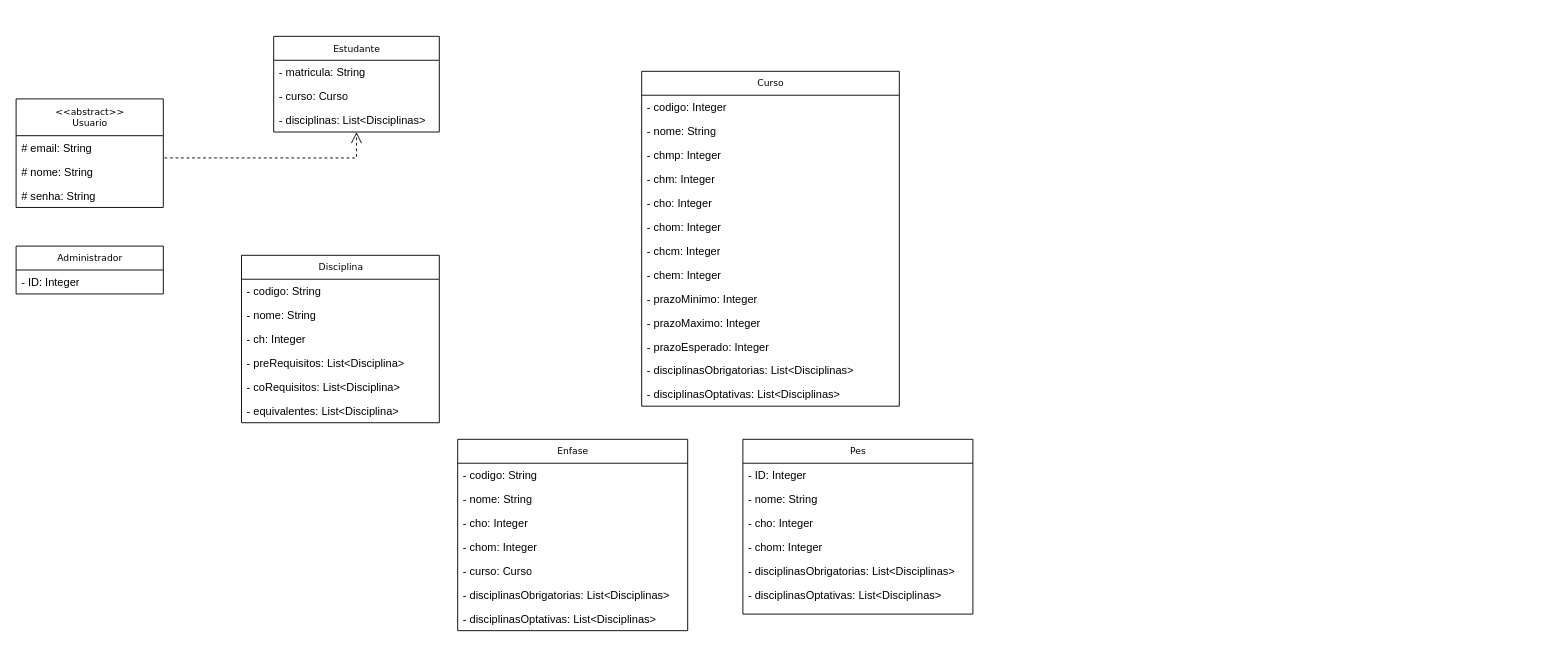
Above: planejamento/diagramaDeClasses.drawio in arturo32/PODE (draw.io), before the change. Source tidied: cells renumbered, new cells numbered last; positions are measured from the earlier drawing's top-left corner, leaving out a move shared by most shapes. Both pictures are drawn from the tidied source at 92%, with x=0, y=0 at pixel (16, 36).
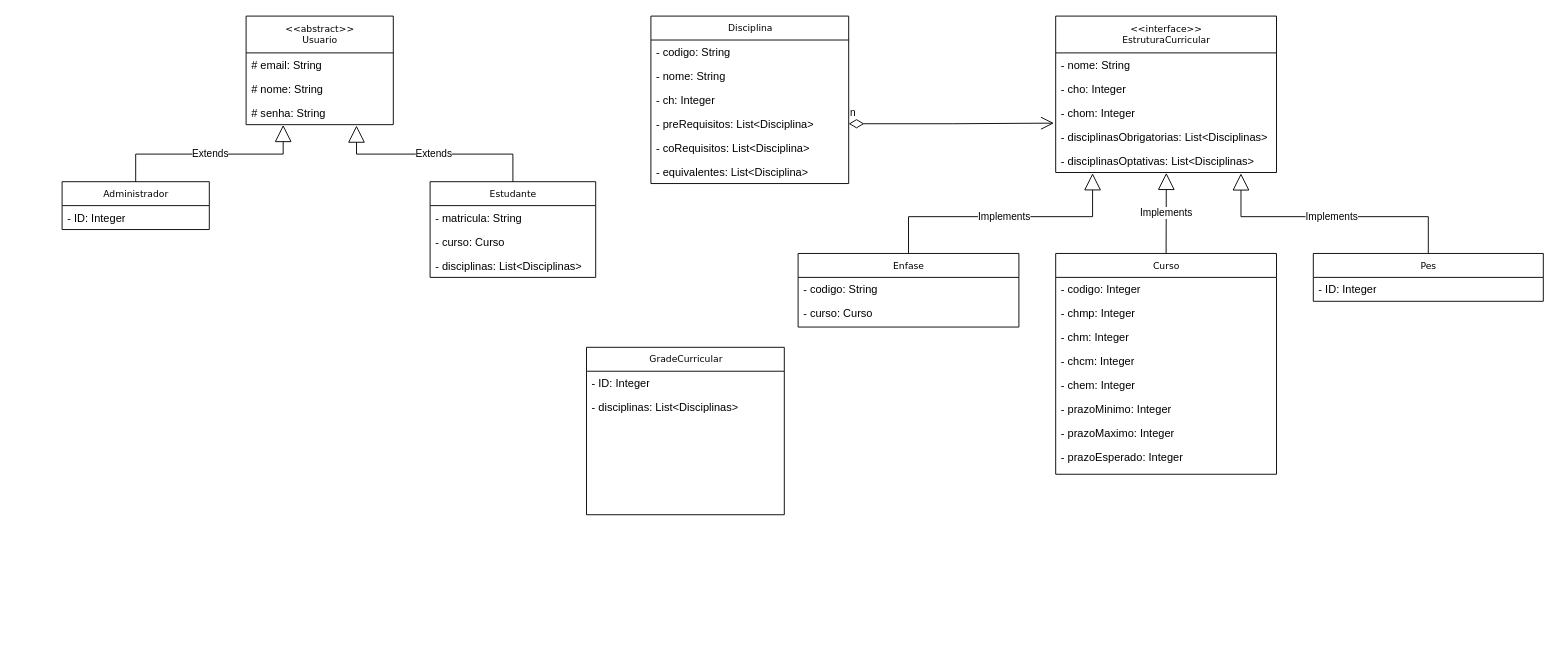
After the change.

Commit message:
Organiza diagrama de classes

Unchanged cells that the change refers to:
```xml
<mxCell id="25" value="# nome: String" style="text;html=1;strokeColor=none;fillColor=none;align=left;verticalAlign=top;spacingLeft=4;spacingRight=4;whiteSpace=wrap;overflow=hidden;points=[[0,0.5],[1,0.5]];portConstraint=eastwest;" parent="23" vertex="1">
  <mxGeometry y="66" width="160" height="26" as="geometry" />
</mxCell>
<mxCell id="26" value="# senha: String" style="text;html=1;strokeColor=none;fillColor=none;align=left;verticalAlign=top;spacingLeft=4;spacingRight=4;whiteSpace=wrap;overflow=hidden;points=[[0,0.5],[1,0.5]];portConstraint=eastwest;" parent="23" vertex="1">
  <mxGeometry y="92" width="160" height="26" as="geometry" />
</mxCell>
<mxCell id="31" value="- preRequisitos: List&amp;lt;Disciplina&amp;gt;" style="text;html=1;strokeColor=none;fillColor=none;align=left;verticalAlign=top;spacingLeft=4;spacingRight=4;whiteSpace=wrap;overflow=hidden;points=[[0,0.5],[1,0.5]];portConstraint=eastwest;" parent="27" vertex="1">
  <mxGeometry y="104" width="215" height="26" as="geometry" />
</mxCell>
```

Diff of the diagram source:
```diff
@@
     <mxCell id="2" value="Estudante" style="swimlane;html=1;fontStyle=0;horizontal=1;startSize=26;fillColor=none;swimlaneFillColor=#ffffff;rounded=0;shadow=0;comic=0;labelBackgroundColor=none;strokeWidth=1;fontFamily=Verdana;fontSize=10;align=center;" parent="1" vertex="1">
-      <mxGeometry x="280" width="180" height="104" as="geometry" />
+      <mxGeometry x="450" y="158" width="180" height="104" as="geometry" />
     </mxCell>
@@
     <mxCell id="6" value="Curso" style="swimlane;html=1;fontStyle=0;horizontal=1;startSize=26;fillColor=none;swimlaneFillColor=#ffffff;rounded=0;shadow=0;comic=0;labelBackgroundColor=none;strokeWidth=1;fontFamily=Verdana;fontSize=10;align=center;" parent="1" vertex="1">
-      <mxGeometry x="680" y="38" width="280" height="364" as="geometry" />
+      <mxGeometry x="1130" y="236" width="240" height="240" as="geometry" />
     </mxCell>
     <mxCell id="7" value="- codigo: Integer" style="text;html=1;strokeColor=none;fillColor=none;align=left;verticalAlign=top;spacingLeft=4;spacingRight=4;whiteSpace=wrap;overflow=hidden;" parent="6" vertex="1">
-      <mxGeometry y="26" width="280" height="26" as="geometry" />
+      <mxGeometry y="26" width="240" height="26" as="geometry" />
     </mxCell>
-    <mxCell id="8" value="- nome: String" style="text;html=1;strokeColor=none;fillColor=none;align=left;verticalAlign=top;spacingLeft=4;spacingRight=4;whiteSpace=wrap;overflow=hidden;" parent="6" vertex="1">
-      <mxGeometry y="52" width="280" height="26" as="geometry" />
-    </mxCell>
     <mxCell id="9" value="- chmp: Integer" style="text;html=1;strokeColor=none;fillColor=none;align=left;verticalAlign=top;spacingLeft=4;spacingRight=4;whiteSpace=wrap;overflow=hidden;" parent="6" vertex="1">
-      <mxGeometry y="78" width="280" height="26" as="geometry" />
+      <mxGeometry y="52" width="240" height="26" as="geometry" />
     </mxCell>
     <mxCell id="10" value="- chm: Integer" style="text;html=1;strokeColor=none;fillColor=none;align=left;verticalAlign=top;spacingLeft=4;spacingRight=4;whiteSpace=wrap;overflow=hidden;" parent="6" vertex="1">
-      <mxGeometry y="104" width="280" height="26" as="geometry" />
+      <mxGeometry y="78" width="240" height="26" as="geometry" />
     </mxCell>
-    <mxCell id="11" value="- cho: Integer" style="text;html=1;strokeColor=none;fillColor=none;align=left;verticalAlign=top;spacingLeft=4;spacingRight=4;whiteSpace=wrap;overflow=hidden;" parent="6" vertex="1">
-      <mxGeometry y="130" width="280" height="26" as="geometry" />
-    </mxCell>
-    <mxCell id="12" value="- chom: Integer" style="text;html=1;strokeColor=none;fillColor=none;align=left;verticalAlign=top;spacingLeft=4;spacingRight=4;whiteSpace=wrap;overflow=hidden;" parent="6" vertex="1">
-      <mxGeometry y="156" width="280" height="26" as="geometry" />
-    </mxCell>
     <mxCell id="13" value="- chcm: Integer" style="text;html=1;strokeColor=none;fillColor=none;align=left;verticalAlign=top;spacingLeft=4;spacingRight=4;whiteSpace=wrap;overflow=hidden;" parent="6" vertex="1">
-      <mxGeometry y="182" width="280" height="26" as="geometry" />
+      <mxGeometry y="104" width="240" height="26" as="geometry" />
     </mxCell>
     <mxCell id="14" value="- chem: Integer" style="text;html=1;strokeColor=none;fillColor=none;align=left;verticalAlign=top;spacingLeft=4;spacingRight=4;whiteSpace=wrap;overflow=hidden;" parent="6" vertex="1">
-      <mxGeometry y="208" width="280" height="26" as="geometry" />
+      <mxGeometry y="130" width="240" height="26" as="geometry" />
     </mxCell>
     <mxCell id="15" value="- prazoMinimo: Integer" style="text;html=1;strokeColor=none;fillColor=none;align=left;verticalAlign=top;spacingLeft=4;spacingRight=4;whiteSpace=wrap;overflow=hidden;" parent="6" vertex="1">
-      <mxGeometry y="234" width="280" height="26" as="geometry" />
+      <mxGeometry y="156" width="240" height="26" as="geometry" />
     </mxCell>
     <mxCell id="16" value="- prazoMaximo: Integer" style="text;html=1;strokeColor=none;fillColor=none;align=left;verticalAlign=top;spacingLeft=4;spacingRight=4;whiteSpace=wrap;overflow=hidden;" parent="6" vertex="1">
-      <mxGeometry y="260" width="280" height="26" as="geometry" />
+      <mxGeometry y="182" width="240" height="26" as="geometry" />
     </mxCell>
     <mxCell id="17" value="- prazoEsperado: Integer" style="text;html=1;strokeColor=none;fillColor=none;align=left;verticalAlign=top;spacingLeft=4;spacingRight=4;whiteSpace=wrap;overflow=hidden;" parent="6" vertex="1">
-      <mxGeometry y="286" width="280" height="26" as="geometry" />
+      <mxGeometry y="208" width="240" height="26" as="geometry" />
     </mxCell>
-    <mxCell id="18" value="- disciplinasObrigatorias: List&amp;lt;Disciplinas&amp;gt;" style="text;html=1;strokeColor=none;fillColor=none;align=left;verticalAlign=top;spacingLeft=4;spacingRight=4;whiteSpace=wrap;overflow=hidden;" parent="6" vertex="1">
-      <mxGeometry y="312" width="280" height="26" as="geometry" />
-    </mxCell>
-    <mxCell id="19" value="- disciplinasOptativas: List&amp;lt;Disciplinas&amp;gt;" style="text;html=1;strokeColor=none;fillColor=none;align=left;verticalAlign=top;spacingLeft=4;spacingRight=4;whiteSpace=wrap;overflow=hidden;" parent="6" vertex="1">
-      <mxGeometry y="338" width="280" height="26" as="geometry" />
-    </mxCell>
-    <mxCell id="20" style="edgeStyle=orthogonalEdgeStyle;rounded=0;html=1;labelBackgroundColor=none;startFill=0;endArrow=open;endFill=0;endSize=10;fontFamily=Verdana;fontSize=10;dashed=1;exitX=1.008;exitY=-0.071;exitDx=0;exitDy=0;exitPerimeter=0;" parent="1" edge="1" source="25" target="2">
-      <mxGeometry relative="1" as="geometry" />
-    </mxCell>
     <mxCell id="21" value="Administrador" style="swimlane;html=1;fontStyle=0;horizontal=1;startSize=26;fillColor=none;swimlaneFillColor=#ffffff;rounded=0;shadow=0;comic=0;labelBackgroundColor=none;strokeWidth=1;fontFamily=Verdana;fontSize=10;align=center;" parent="1" vertex="1">
-      <mxGeometry y="228" width="160" height="52" as="geometry" />
+      <mxGeometry x="50" y="158" width="160" height="52" as="geometry" />
     </mxCell>
@@
     <mxCell id="23" value="&lt;div&gt;&amp;lt;&amp;lt;abstract&amp;gt;&amp;gt;&lt;br&gt;&lt;/div&gt;&lt;div&gt;Usuario&lt;/div&gt;" style="swimlane;html=1;fontStyle=0;horizontal=1;startSize=40;fillColor=none;swimlaneFillColor=#ffffff;rounded=0;shadow=0;comic=0;labelBackgroundColor=none;strokeWidth=1;fontFamily=Verdana;fontSize=10;align=center;" parent="1" vertex="1">
-      <mxGeometry y="68" width="160" height="118" as="geometry" />
+      <mxGeometry x="250" y="-22" width="160" height="118" as="geometry" />
     </mxCell>
@@
     <mxCell id="27" value="Disciplina" style="swimlane;html=1;fontStyle=0;horizontal=1;startSize=26;fillColor=none;swimlaneFillColor=#ffffff;rounded=0;shadow=0;comic=0;labelBackgroundColor=none;strokeWidth=1;fontFamily=Verdana;fontSize=10;align=center;" parent="1" vertex="1">
-      <mxGeometry x="245" y="238" width="215" height="182" as="geometry" />
+      <mxGeometry x="690" y="-22" width="215" height="182" as="geometry" />
     </mxCell>
@@
     <mxCell id="34" value="Enfase" style="swimlane;html=1;fontStyle=0;horizontal=1;startSize=26;fillColor=none;swimlaneFillColor=#ffffff;rounded=0;shadow=0;comic=0;labelBackgroundColor=none;strokeWidth=1;fontFamily=Verdana;fontSize=10;align=center;" parent="1" vertex="1">
-      <mxGeometry x="480" y="438" width="250" height="208" as="geometry" />
+      <mxGeometry x="850" y="236" width="240" height="80" as="geometry" />
     </mxCell>
     <mxCell id="35" value="- codigo: String" style="text;html=1;strokeColor=none;fillColor=none;align=left;verticalAlign=top;spacingLeft=4;spacingRight=4;whiteSpace=wrap;overflow=hidden;" parent="34" vertex="1">
-      <mxGeometry y="26" width="250" height="26" as="geometry" />
+      <mxGeometry y="26" width="240" height="26" as="geometry" />
     </mxCell>
-    <mxCell id="36" value="- nome: String" style="text;html=1;strokeColor=none;fillColor=none;align=left;verticalAlign=top;spacingLeft=4;spacingRight=4;whiteSpace=wrap;overflow=hidden;" parent="34" vertex="1">
-      <mxGeometry y="52" width="250" height="26" as="geometry" />
-    </mxCell>
-    <mxCell id="37" value="- cho: Integer" style="text;html=1;strokeColor=none;fillColor=none;align=left;verticalAlign=top;spacingLeft=4;spacingRight=4;whiteSpace=wrap;overflow=hidden;" parent="34" vertex="1">
-      <mxGeometry y="78" width="250" height="26" as="geometry" />
-    </mxCell>
-    <mxCell id="38" value="- chom: Integer" style="text;html=1;strokeColor=none;fillColor=none;align=left;verticalAlign=top;spacingLeft=4;spacingRight=4;whiteSpace=wrap;overflow=hidden;" parent="34" vertex="1">
-      <mxGeometry y="104" width="250" height="26" as="geometry" />
-    </mxCell>
     <mxCell id="39" value="- curso: Curso" style="text;html=1;strokeColor=none;fillColor=none;align=left;verticalAlign=top;spacingLeft=4;spacingRight=4;whiteSpace=wrap;overflow=hidden;" parent="34" vertex="1">
-      <mxGeometry y="130" width="250" height="26" as="geometry" />
+      <mxGeometry y="52" width="240" height="26" as="geometry" />
     </mxCell>
-    <mxCell id="40" value="- disciplinasObrigatorias: List&amp;lt;Disciplinas&amp;gt;" style="text;html=1;strokeColor=none;fillColor=none;align=left;verticalAlign=top;spacingLeft=4;spacingRight=4;whiteSpace=wrap;overflow=hidden;" parent="34" vertex="1">
-      <mxGeometry y="156" width="250" height="26" as="geometry" />
-    </mxCell>
-    <mxCell id="41" value="- disciplinasOptativas: List&amp;lt;Disciplinas&amp;gt;" style="text;html=1;strokeColor=none;fillColor=none;align=left;verticalAlign=top;spacingLeft=4;spacingRight=4;whiteSpace=wrap;overflow=hidden;" parent="34" vertex="1">
-      <mxGeometry y="182" width="250" height="26" as="geometry" />
-    </mxCell>
     <mxCell id="42" value="Pes" style="swimlane;html=1;fontStyle=0;horizontal=1;startSize=26;fillColor=none;swimlaneFillColor=#ffffff;rounded=0;shadow=0;comic=0;labelBackgroundColor=none;strokeWidth=1;fontFamily=Verdana;fontSize=10;align=center;" parent="1" vertex="1">
-      <mxGeometry x="790" y="438" width="250" height="190" as="geometry" />
+      <mxGeometry x="1410" y="236" width="250" height="52" as="geometry" />
     </mxCell>
@@
-    <mxCell id="44" value="- nome: String" style="text;html=1;strokeColor=none;fillColor=none;align=left;verticalAlign=top;spacingLeft=4;spacingRight=4;whiteSpace=wrap;overflow=hidden;" parent="42" vertex="1">
-      <mxGeometry y="52" width="250" height="26" as="geometry" />
-    </mxCell>
-    <mxCell id="45" value="- cho: Integer" style="text;html=1;strokeColor=none;fillColor=none;align=left;verticalAlign=top;spacingLeft=4;spacingRight=4;whiteSpace=wrap;overflow=hidden;" parent="42" vertex="1">
-      <mxGeometry y="78" width="250" height="26" as="geometry" />
-    </mxCell>
-    <mxCell id="46" value="- chom: Integer" style="text;html=1;strokeColor=none;fillColor=none;align=left;verticalAlign=top;spacingLeft=4;spacingRight=4;whiteSpace=wrap;overflow=hidden;" parent="42" vertex="1">
-      <mxGeometry y="104" width="250" height="26" as="geometry" />
-    </mxCell>
-    <mxCell id="47" value="- disciplinasObrigatorias: List&amp;lt;Disciplinas&amp;gt;" style="text;html=1;strokeColor=none;fillColor=none;align=left;verticalAlign=top;spacingLeft=4;spacingRight=4;whiteSpace=wrap;overflow=hidden;" parent="42" vertex="1">
-      <mxGeometry y="130" width="250" height="26" as="geometry" />
-    </mxCell>
-    <mxCell id="48" value="- disciplinasOptativas: List&amp;lt;Disciplinas&amp;gt;" style="text;html=1;strokeColor=none;fillColor=none;align=left;verticalAlign=top;spacingLeft=4;spacingRight=4;whiteSpace=wrap;overflow=hidden;" parent="42" vertex="1">
-      <mxGeometry y="156" width="250" height="26" as="geometry" />
-    </mxCell>
+    <mxCell id="49" value="GradeCurricular" style="swimlane;html=1;fontStyle=0;horizontal=1;startSize=26;fillColor=none;swimlaneFillColor=#ffffff;rounded=0;shadow=0;comic=0;labelBackgroundColor=none;strokeWidth=1;fontFamily=Verdana;fontSize=10;align=center;" parent="1" vertex="1">
+      <mxGeometry x="620" y="338" width="215" height="182" as="geometry" />
+    </mxCell>
+    <mxCell id="50" value="- ID: Integer" style="text;html=1;strokeColor=none;fillColor=none;align=left;verticalAlign=top;spacingLeft=4;spacingRight=4;whiteSpace=wrap;overflow=hidden;" parent="49" vertex="1">
+      <mxGeometry y="26" width="215" height="26" as="geometry" />
+    </mxCell>
+    <mxCell id="51" value="- disciplinas: List&amp;lt;Disciplinas&amp;gt;" style="text;html=1;strokeColor=none;fillColor=none;align=left;verticalAlign=top;spacingLeft=4;spacingRight=4;whiteSpace=wrap;overflow=hidden;" parent="49" vertex="1">
+      <mxGeometry y="52" width="215" height="26" as="geometry" />
+    </mxCell>
+    <mxCell id="52" value="Extends" style="endArrow=block;endSize=16;endFill=0;html=1;rounded=0;exitX=0.5;exitY=0;exitDx=0;exitDy=0;edgeStyle=orthogonalEdgeStyle;entryX=0.252;entryY=1.013;entryDx=0;entryDy=0;entryPerimeter=0;" parent="1" edge="1" source="21" target="26">
+      <mxGeometry relative="1" as="geometry">
+        <Array as="points">
+          <mxPoint x="130" y="128" />
+          <mxPoint x="290" y="128" />
+        </Array>
+      </mxGeometry>
+    </mxCell>
+    <mxCell id="53" value="Extends" style="endArrow=block;endSize=16;endFill=0;html=1;rounded=0;exitX=0.5;exitY=0;exitDx=0;exitDy=0;edgeStyle=orthogonalEdgeStyle;" parent="1" edge="1" source="2">
+      <mxGeometry relative="1" as="geometry">
+        <mxPoint x="370" y="97" as="targetPoint" />
+        <Array as="points">
+          <mxPoint x="540" y="128" />
+          <mxPoint x="370" y="128" />
+          <mxPoint x="370" y="97" />
+        </Array>
+      </mxGeometry>
+    </mxCell>
+    <mxCell id="54" value="&lt;div&gt;&amp;lt;&amp;lt;interface&amp;gt;&amp;gt;&lt;br&gt;&lt;/div&gt;&lt;div&gt;EstruturaCurricular&lt;/div&gt;" style="swimlane;html=1;fontStyle=0;horizontal=1;startSize=40;fillColor=none;swimlaneFillColor=#ffffff;rounded=0;shadow=0;comic=0;labelBackgroundColor=none;strokeWidth=1;fontFamily=Verdana;fontSize=10;align=center;" parent="1" vertex="1">
+      <mxGeometry x="1130" y="-22" width="240" height="170" as="geometry" />
+    </mxCell>
+    <mxCell id="55" value="- nome: String" style="text;html=1;strokeColor=none;fillColor=none;align=left;verticalAlign=top;spacingLeft=4;spacingRight=4;whiteSpace=wrap;overflow=hidden;" parent="54" vertex="1">
+      <mxGeometry y="40" width="240" height="26" as="geometry" />
+    </mxCell>
+    <mxCell id="56" value="- cho: Integer" style="text;html=1;strokeColor=none;fillColor=none;align=left;verticalAlign=top;spacingLeft=4;spacingRight=4;whiteSpace=wrap;overflow=hidden;" parent="54" vertex="1">
+      <mxGeometry y="66" width="240" height="26" as="geometry" />
+    </mxCell>
+    <mxCell id="57" value="- chom: Integer" style="text;html=1;strokeColor=none;fillColor=none;align=left;verticalAlign=top;spacingLeft=4;spacingRight=4;whiteSpace=wrap;overflow=hidden;points=[[0,0.5],[1,0.5]];portConstraint=eastwest;" parent="54" vertex="1">
+      <mxGeometry y="92" width="240" height="26" as="geometry" />
+    </mxCell>
+    <mxCell id="58" value="- disciplinasObrigatorias: List&amp;lt;Disciplinas&amp;gt;" style="text;html=1;strokeColor=none;fillColor=none;align=left;verticalAlign=top;spacingLeft=4;spacingRight=4;whiteSpace=wrap;overflow=hidden;" parent="54" vertex="1">
+      <mxGeometry y="118" width="240" height="26" as="geometry" />
+    </mxCell>
+    <mxCell id="59" value="- disciplinasOptativas: List&amp;lt;Disciplinas&amp;gt;" style="text;html=1;strokeColor=none;fillColor=none;align=left;verticalAlign=top;spacingLeft=4;spacingRight=4;whiteSpace=wrap;overflow=hidden;points=[[0,0.5],[1,0.5]];portConstraint=eastwest;" parent="54" vertex="1">
+      <mxGeometry y="144" width="240" height="26" as="geometry" />
+    </mxCell>
+    <mxCell id="60" value="&lt;div&gt;Implements&lt;/div&gt;" style="endArrow=block;endSize=16;endFill=0;html=1;rounded=0;exitX=0.5;exitY=0;exitDx=0;exitDy=0;entryX=0.501;entryY=1.016;entryDx=0;entryDy=0;entryPerimeter=0;" parent="1" edge="1" source="6" target="59">
+      <mxGeometry relative="1" as="geometry" />
+    </mxCell>
+    <mxCell id="61" value="&lt;div&gt;Implements&lt;/div&gt;" style="endArrow=block;endSize=16;endFill=0;html=1;rounded=0;exitX=0.5;exitY=0;exitDx=0;exitDy=0;entryX=0.839;entryY=1.038;entryDx=0;entryDy=0;entryPerimeter=0;edgeStyle=orthogonalEdgeStyle;" parent="1" edge="1" source="42" target="59">
+      <mxGeometry relative="1" as="geometry">
+        <Array as="points">
+          <mxPoint x="1535" y="196" />
+          <mxPoint x="1331" y="196" />
+        </Array>
+      </mxGeometry>
+    </mxCell>
+    <mxCell id="62" value="&lt;div&gt;Implements&lt;/div&gt;" style="endArrow=block;endSize=16;endFill=0;html=1;rounded=0;edgeStyle=orthogonalEdgeStyle;exitX=0.5;exitY=0;exitDx=0;exitDy=0;entryX=0.167;entryY=1.032;entryDx=0;entryDy=0;entryPerimeter=0;" parent="1" edge="1" source="34" target="59">
+      <mxGeometry relative="1" as="geometry">
+        <Array as="points">
+          <mxPoint x="970" y="196" />
+          <mxPoint x="1170" y="196" />
+        </Array>
+      </mxGeometry>
+    </mxCell>
+    <mxCell id="63" value="n" style="endArrow=open;html=1;endSize=12;startArrow=diamondThin;startSize=14;startFill=0;edgeStyle=orthogonalEdgeStyle;align=left;verticalAlign=bottom;rounded=0;exitX=1;exitY=0.5;exitDx=0;exitDy=0;entryX=-0.008;entryY=0.936;entryDx=0;entryDy=0;entryPerimeter=0;" parent="1" edge="1" source="31" target="57">
+      <mxGeometry x="-1" y="3" relative="1" as="geometry" />
+    </mxCell>
+    <mxCell id="64" value="&amp;nbsp;" style="text;whiteSpace=wrap;html=1;" parent="1" vertex="1">
+      <mxGeometry x="970" y="278" width="30" height="30" as="geometry" />
+    </mxCell>
```
